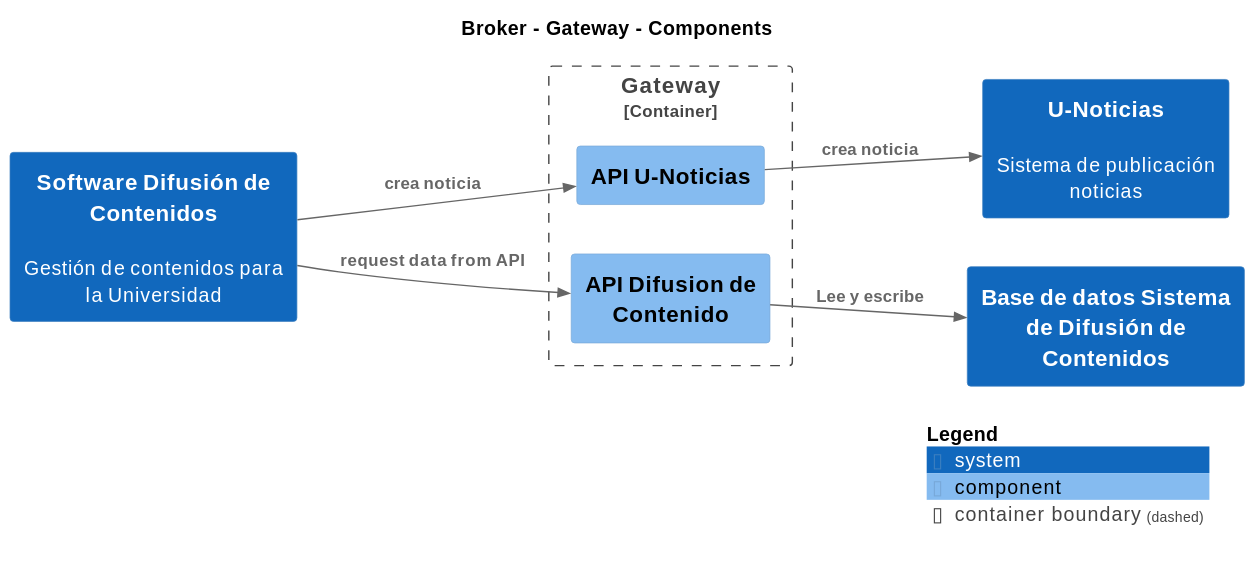
nbrx/c4-dcc-arq keeps this PlantUML diagram as build/site/svg/Component-002-Component-002.svg. Above is the earlier version. Its source is kept beside it as build/site/puml/Component-002-Component-002.puml.
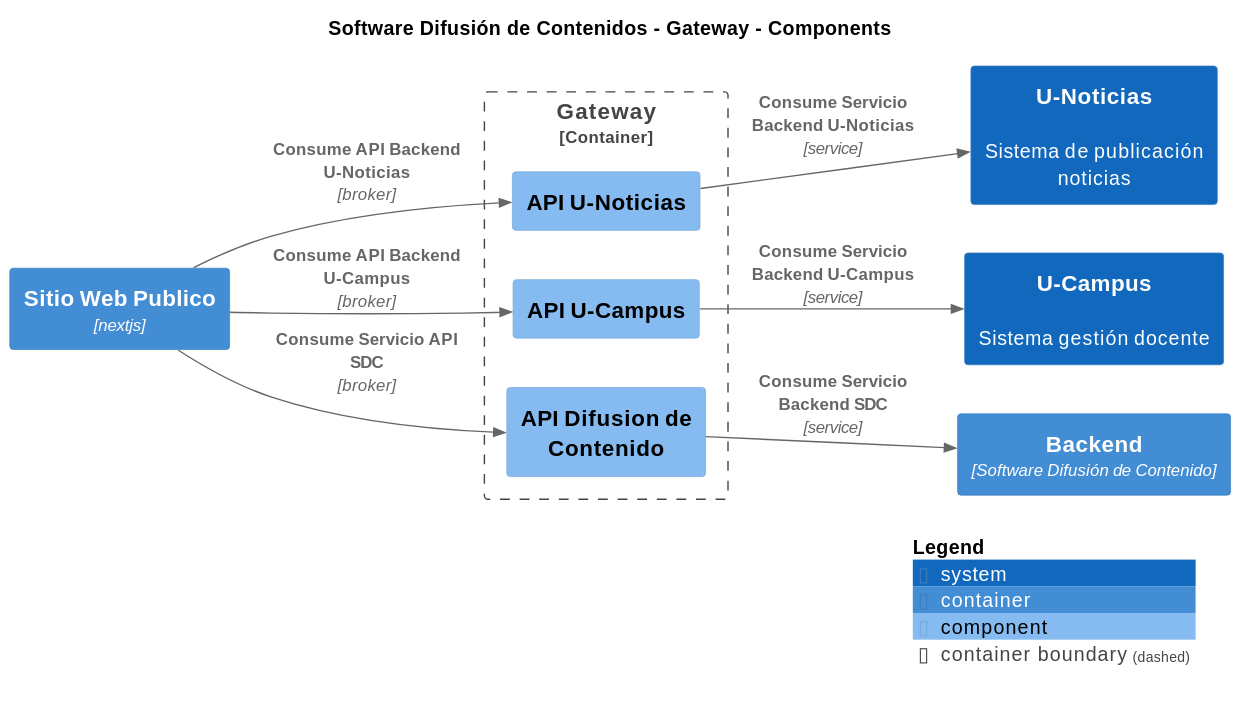
The same diagram one commit later.

Change to the diagram source:
```diff
@@ -1,28 +1,33 @@
 @startuml
 set separator none
-title Broker - Gateway - Components
+title Software Difusión de Contenidos - Gateway - Components
 
 left to right direction
 
 !include <C4/C4>
 !include <C4/C4_Context>
+!include <C4/C4_Container>
 !include <C4/C4_Component>
 
 skinparam svgDimensionStyle false
 skinparam preserveAspectRatio meet
-System(SoftwareDifusióndeContenidos, "Software Difusión de Contenidos", "Gestión de contenidos para la Universidad", $tags="")[[../../software-difusión-de-contenidos/context/]]
 System(UNoticias, "U-Noticias", "Sistema de publicación noticias", $tags="")[[../../u-noticias/context/]]
-System(BasededatosSistemadeDifusióndeContenidos, "Base de datos Sistema de Difusión de Contenidos", "", $tags="")[[../../base-de-datos-sistema-de-difusión-de-contenidos/context/]]
+Container(SoftwareDifusióndeContenidos.SitioWebPublico, "Sitio Web Publico", "nextjs", "", $tags="")
+System(UCampus, "U-Campus", "Sistema gestión docente", $tags="")[[../../u-campus/context/]]
+Container(SoftwareDifusióndeContenidos.Backend, "Backend", "Software Difusión de Contenido", $tags="")
 
-Container_Boundary("Broker.Gateway_boundary", "Gateway", $tags="") {
-  Component(Broker.Gateway.APIUNoticias, "API U-Noticias", "", $tags="")
-  Component(Broker.Gateway.APIDifusiondeContenido, "API Difusion de Contenido", "", $tags="")
+Container_Boundary("SoftwareDifusióndeContenidos.Gateway_boundary", "Gateway", $tags="") {
+  Component(SoftwareDifusióndeContenidos.Gateway.APIUNoticias, "API U-Noticias", "", $tags="")
+  Component(SoftwareDifusióndeContenidos.Gateway.APIUCampus, "API U-Campus", "", $tags="")
+  Component(SoftwareDifusióndeContenidos.Gateway.APIDifusiondeContenido, "API Difusion de Contenido", "", $tags="")
 }
 
-Rel_D(Broker.Gateway.APIUNoticias, UNoticias, "crea noticia", $tags="")
-Rel_D(SoftwareDifusióndeContenidos, Broker.Gateway.APIDifusiondeContenido, "request data from API", $tags="")
-Rel_D(Broker.Gateway.APIDifusiondeContenido, BasededatosSistemadeDifusióndeContenidos, "Lee y escribe", $tags="")
-Rel_D(SoftwareDifusióndeContenidos, Broker.Gateway.APIUNoticias, "crea noticia", $tags="")
+Rel_D(SoftwareDifusióndeContenidos.SitioWebPublico, SoftwareDifusióndeContenidos.Gateway.APIDifusiondeContenido, "Consume Servicio API SDC", "broker", $tags="")
+Rel_D(SoftwareDifusióndeContenidos.SitioWebPublico, SoftwareDifusióndeContenidos.Gateway.APIUNoticias, "Consume API Backend U-Noticias", "broker", $tags="")
+Rel_D(SoftwareDifusióndeContenidos.Gateway.APIDifusiondeContenido, SoftwareDifusióndeContenidos.Backend, "Consume Servicio Backend SDC", "service", $tags="")
+Rel_D(SoftwareDifusióndeContenidos.Gateway.APIUNoticias, UNoticias, "Consume Servicio Backend U-Noticias", "service", $tags="")
+Rel_D(SoftwareDifusióndeContenidos.SitioWebPublico, SoftwareDifusióndeContenidos.Gateway.APIUCampus, "Consume API Backend U-Campus", "broker", $tags="")
+Rel_D(SoftwareDifusióndeContenidos.Gateway.APIUCampus, UCampus, "Consume Servicio Backend U-Campus", "service", $tags="")
 
 SHOW_LEGEND(true)
 @enduml
```
